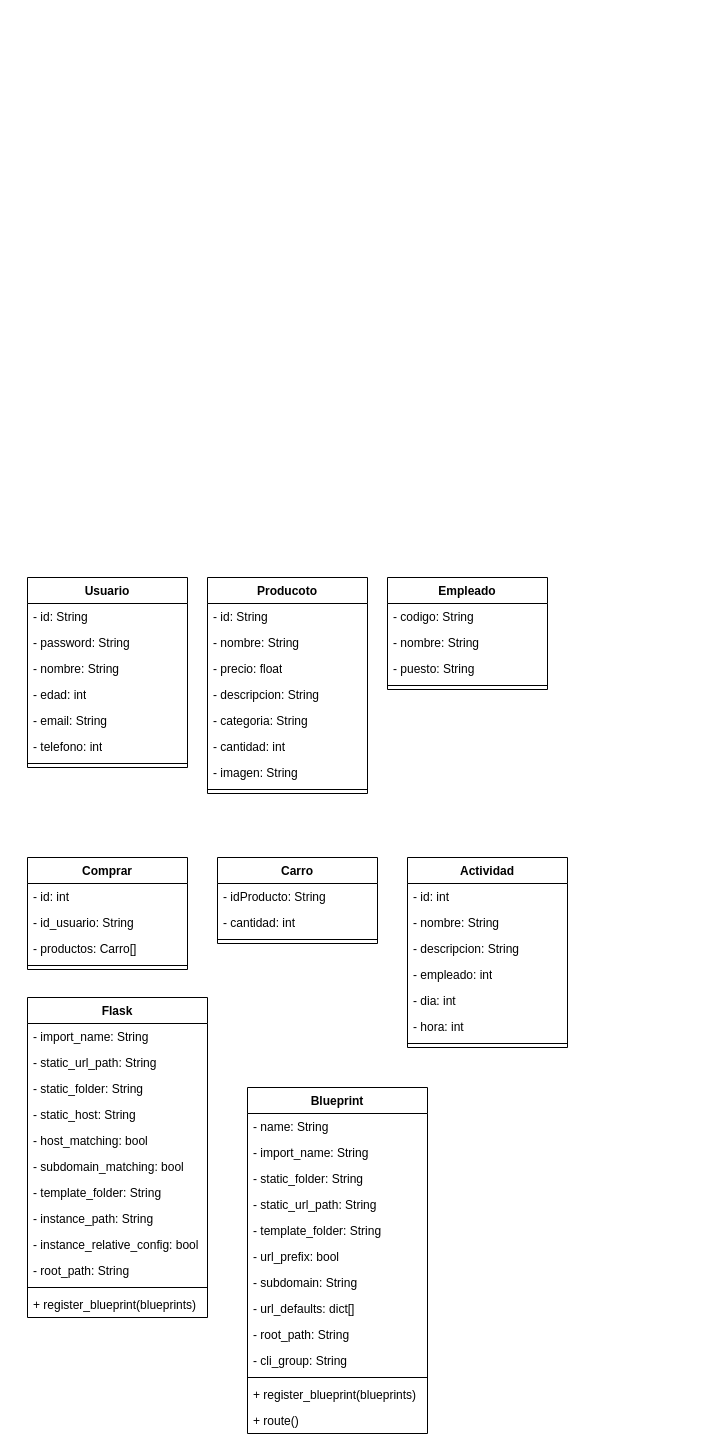
Before: DiagramaProyecto2.drawio in CARLOS-DLB/Diagramas, a draw.io diagram. Source tidied: cells renumbered, new cells numbered last; positions are measured from the earlier drawing's top-left corner, leaving out a move shared by most shapes. Both pictures are drawn from the tidied source at 100%, with x=0, y=0 at pixel (27, 577).
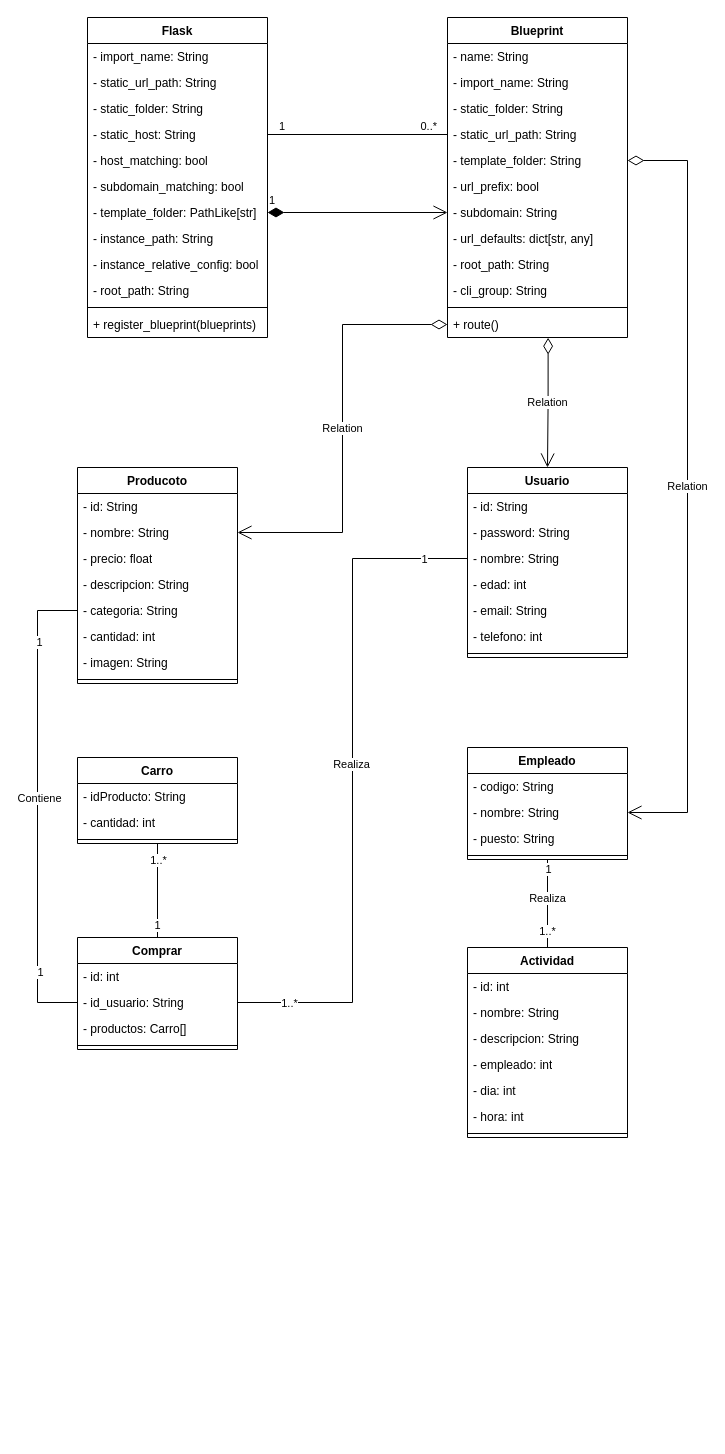
Above is the later version.

The change refers to these unchanged cells:
```xml
<mxCell id="5" value="- nombre: String" style="text;strokeColor=none;fillColor=none;align=left;verticalAlign=top;spacingLeft=4;spacingRight=4;overflow=hidden;points=[[0,0.5],[1,0.5]];portConstraint=eastwest;whiteSpace=wrap;html=1;" parent="2" vertex="1">
  <mxGeometry y="78" width="160" height="26" as="geometry" />
</mxCell>
<mxCell id="12" value="- nombre: String&lt;div&gt;&lt;br&gt;&lt;/div&gt;" style="text;strokeColor=none;fillColor=none;align=left;verticalAlign=top;spacingLeft=4;spacingRight=4;overflow=hidden;points=[[0,0.5],[1,0.5]];portConstraint=eastwest;whiteSpace=wrap;html=1;" parent="10" vertex="1">
  <mxGeometry y="52" width="160" height="26" as="geometry" />
</mxCell>
<mxCell id="15" value="- categoria: String" style="text;strokeColor=none;fillColor=none;align=left;verticalAlign=top;spacingLeft=4;spacingRight=4;overflow=hidden;points=[[0,0.5],[1,0.5]];portConstraint=eastwest;whiteSpace=wrap;html=1;" parent="10" vertex="1">
  <mxGeometry y="130" width="160" height="26" as="geometry" />
</mxCell>
<mxCell id="21" value="- nombre: String" style="text;strokeColor=none;fillColor=none;align=left;verticalAlign=top;spacingLeft=4;spacingRight=4;overflow=hidden;points=[[0,0.5],[1,0.5]];portConstraint=eastwest;whiteSpace=wrap;html=1;" parent="19" vertex="1">
  <mxGeometry y="52" width="160" height="26" as="geometry" />
</mxCell>
<mxCell id="26" value="- id_usuario: String" style="text;strokeColor=none;fillColor=none;align=left;verticalAlign=top;spacingLeft=4;spacingRight=4;overflow=hidden;points=[[0,0.5],[1,0.5]];portConstraint=eastwest;whiteSpace=wrap;html=1;" parent="24" vertex="1">
  <mxGeometry y="52" width="160" height="26" as="geometry" />
</mxCell>
<mxCell id="45" value="- static_host: String" style="text;strokeColor=none;fillColor=none;align=left;verticalAlign=top;spacingLeft=4;spacingRight=4;overflow=hidden;points=[[0,0.5],[1,0.5]];portConstraint=eastwest;whiteSpace=wrap;html=1;" parent="41" vertex="1">
  <mxGeometry y="104" width="180" height="26" as="geometry" />
</mxCell>
<mxCell id="58" value="- static_url_path: String" style="text;strokeColor=none;fillColor=none;align=left;verticalAlign=top;spacingLeft=4;spacingRight=4;overflow=hidden;points=[[0,0.5],[1,0.5]];portConstraint=eastwest;whiteSpace=wrap;html=1;" parent="54" vertex="1">
  <mxGeometry y="104" width="180" height="26" as="geometry" />
</mxCell>
<mxCell id="59" value="- template_folder: String" style="text;strokeColor=none;fillColor=none;align=left;verticalAlign=top;spacingLeft=4;spacingRight=4;overflow=hidden;points=[[0,0.5],[1,0.5]];portConstraint=eastwest;whiteSpace=wrap;html=1;" parent="54" vertex="1">
  <mxGeometry y="130" width="180" height="26" as="geometry" />
</mxCell>
<mxCell id="61" value="- subdomain: String" style="text;strokeColor=none;fillColor=none;align=left;verticalAlign=top;spacingLeft=4;spacingRight=4;overflow=hidden;points=[[0,0.5],[1,0.5]];portConstraint=eastwest;whiteSpace=wrap;html=1;" parent="54" vertex="1">
  <mxGeometry y="182" width="180" height="26" as="geometry" />
</mxCell>
```

Change to the diagram source:
```diff
@@
     <mxCell id="2" value="Usuario" style="swimlane;fontStyle=1;align=center;verticalAlign=top;horizontal=1;startSize=26;whiteSpace=wrap;html=1;" parent="1" vertex="1">
-      <mxGeometry width="160" height="190" as="geometry" />
+      <mxGeometry x="440" y="-110" width="160" height="190" as="geometry" />
     </mxCell>
@@
     <mxCell id="10" value="Producoto" style="swimlane;fontStyle=1;align=center;verticalAlign=top;horizontal=1;startSize=26;whiteSpace=wrap;html=1;" parent="1" vertex="1">
-      <mxGeometry x="180" width="160" height="216" as="geometry" />
+      <mxGeometry x="50" y="-110" width="160" height="216" as="geometry" />
     </mxCell>
@@
     <mxCell id="19" value="Empleado" style="swimlane;fontStyle=1;align=center;verticalAlign=top;horizontal=1;startSize=26;whiteSpace=wrap;html=1;" parent="1" vertex="1">
-      <mxGeometry x="360" width="160" height="112" as="geometry" />
+      <mxGeometry x="440" y="170" width="160" height="112" as="geometry" />
     </mxCell>
@@
     <mxCell id="24" value="Comprar" style="swimlane;fontStyle=1;align=center;verticalAlign=top;horizontal=1;startSize=26;whiteSpace=wrap;html=1;" parent="1" vertex="1">
-      <mxGeometry y="280" width="160" height="112" as="geometry" />
+      <mxGeometry x="50" y="360" width="160" height="112" as="geometry" />
     </mxCell>
@@
     <mxCell id="29" value="Carro" style="swimlane;fontStyle=1;align=center;verticalAlign=top;horizontal=1;startSize=26;whiteSpace=wrap;html=1;" parent="1" vertex="1">
-      <mxGeometry x="190" y="280" width="160" height="86" as="geometry" />
+      <mxGeometry x="50" y="180" width="160" height="86" as="geometry" />
     </mxCell>
@@
     <mxCell id="33" value="Actividad" style="swimlane;fontStyle=1;align=center;verticalAlign=top;horizontal=1;startSize=26;whiteSpace=wrap;html=1;" parent="1" vertex="1">
-      <mxGeometry x="380" y="280" width="160" height="190" as="geometry" />
+      <mxGeometry x="440" y="370" width="160" height="190" as="geometry" />
     </mxCell>
@@
     <mxCell id="41" value="Flask" style="swimlane;fontStyle=1;align=center;verticalAlign=top;horizontal=1;startSize=26;whiteSpace=wrap;html=1;" parent="1" vertex="1">
-      <mxGeometry y="420" width="180" height="320" as="geometry" />
+      <mxGeometry x="60" y="-560" width="180" height="320" as="geometry" />
     </mxCell>
@@
-    <mxCell id="48" value="- template_folder: String" style="text;strokeColor=none;fillColor=none;align=left;verticalAlign=top;spacingLeft=4;spacingRight=4;overflow=hidden;points=[[0,0.5],[1,0.5]];portConstraint=eastwest;whiteSpace=wrap;html=1;" parent="41" vertex="1">
+    <mxCell id="48" value="- template_folder: PathLike[str]" style="text;strokeColor=none;fillColor=none;align=left;verticalAlign=top;spacingLeft=4;spacingRight=4;overflow=hidden;points=[[0,0.5],[1,0.5]];portConstraint=eastwest;whiteSpace=wrap;html=1;" parent="41" vertex="1">
       <mxGeometry y="182" width="180" height="26" as="geometry" />
     </mxCell>
@@
     <mxCell id="54" value="Blueprint" style="swimlane;fontStyle=1;align=center;verticalAlign=top;horizontal=1;startSize=26;whiteSpace=wrap;html=1;" parent="1" vertex="1">
-      <mxGeometry x="220" y="510" width="180" height="346" as="geometry" />
+      <mxGeometry x="420" y="-560" width="180" height="320" as="geometry" />
     </mxCell>
@@
-    <mxCell id="62" value="- url_defaults: dict[]" style="text;strokeColor=none;fillColor=none;align=left;verticalAlign=top;spacingLeft=4;spacingRight=4;overflow=hidden;whiteSpace=wrap;html=1;" parent="54" vertex="1">
+    <mxCell id="62" value="- url_defaults: dict[str, any]" style="text;strokeColor=none;fillColor=none;align=left;verticalAlign=top;spacingLeft=4;spacingRight=4;overflow=hidden;whiteSpace=wrap;html=1;" parent="54" vertex="1">
       <mxGeometry y="208" width="180" height="26" as="geometry" />
     </mxCell>
@@
-    <mxCell id="66" value="+ register_blueprint(blueprints)" style="text;strokeColor=none;fillColor=none;align=left;verticalAlign=top;spacingLeft=4;spacingRight=4;overflow=hidden;whiteSpace=wrap;html=1;" parent="54" vertex="1">
-      <mxGeometry y="294" width="180" height="26" as="geometry" />
-    </mxCell>
     <mxCell id="67" value="+ route()" style="text;strokeColor=none;fillColor=none;align=left;verticalAlign=top;spacingLeft=4;spacingRight=4;overflow=hidden;points=[[0,0.5],[1,0.5]];portConstraint=eastwest;whiteSpace=wrap;html=1;" parent="54" vertex="1">
-      <mxGeometry y="320" width="180" height="26" as="geometry" />
+      <mxGeometry y="294" width="180" height="26" as="geometry" />
     </mxCell>
+    <mxCell id="68" style="endArrow=none;html=1;edgeStyle=orthogonalEdgeStyle;rounded=0;exitX=1;exitY=0.5;exitDx=0;exitDy=0;entryX=0;entryY=0.5;entryDx=0;entryDy=0;" parent="1" edge="1" source="45" target="58">
+      <mxGeometry relative="1" as="geometry" />
+    </mxCell>
+    <mxCell id="69" value="1" style="edgeLabel;html=1;align=left;verticalAlign=bottom;" parent="68" vertex="1">
+      <mxGeometry x="-1" relative="1" as="geometry">
+        <mxPoint x="10" as="offset" />
+      </mxGeometry>
+    </mxCell>
+    <mxCell id="70" value="0..*" style="edgeLabel;html=1;align=right;verticalAlign=bottom;" parent="68" vertex="1">
+      <mxGeometry x="1" relative="1" as="geometry">
+        <mxPoint x="-10" as="offset" />
+      </mxGeometry>
+    </mxCell>
+    <mxCell id="71" value="1" style="endArrow=open;html=1;endSize=12;startArrow=diamondThin;startSize=14;startFill=1;edgeStyle=orthogonalEdgeStyle;align=left;verticalAlign=bottom;rounded=0;exitX=1;exitY=0.5;exitDx=0;exitDy=0;entryX=0;entryY=0.5;entryDx=0;entryDy=0;" parent="1" edge="1" source="48" target="61">
+      <mxGeometry x="-1" y="3" relative="1" as="geometry" />
+    </mxCell>
+    <mxCell id="72" value="Relation" style="endArrow=open;html=1;endSize=12;startArrow=diamondThin;startSize=14;startFill=0;edgeStyle=orthogonalEdgeStyle;rounded=0;exitX=0;exitY=0.5;exitDx=0;exitDy=0;entryX=1;entryY=0.5;entryDx=0;entryDy=0;" parent="1" edge="1" source="67" target="12">
+      <mxGeometry relative="1" as="geometry" />
+    </mxCell>
+    <mxCell id="73" value="Relation" style="endArrow=open;html=1;endSize=12;startArrow=diamondThin;startSize=14;startFill=0;edgeStyle=orthogonalEdgeStyle;rounded=0;exitX=0.559;exitY=1.007;exitDx=0;exitDy=0;exitPerimeter=0;entryX=0.5;entryY=0;entryDx=0;entryDy=0;" parent="1" edge="1" source="67" target="2">
+      <mxGeometry relative="1" as="geometry" />
+    </mxCell>
+    <mxCell id="74" style="endArrow=none;html=1;edgeStyle=orthogonalEdgeStyle;rounded=0;exitX=0;exitY=0.5;exitDx=0;exitDy=0;entryX=0;entryY=0.5;entryDx=0;entryDy=0;" parent="1" edge="1" source="15" target="26">
+      <mxGeometry relative="1" as="geometry">
+        <Array as="points">
+          <mxPoint x="10" y="33" />
+          <mxPoint x="10" y="425" />
+        </Array>
+      </mxGeometry>
+    </mxCell>
+    <mxCell id="75" value="1" style="edgeLabel;html=1;align=center;verticalAlign=middle;" parent="74" vertex="1">
+      <mxGeometry x="-0.7" y="1" relative="1" as="geometry" />
+    </mxCell>
+    <mxCell id="76" value="1" style="edgeLabel;html=1;align=center;verticalAlign=middle;" parent="74" vertex="1">
+      <mxGeometry x="0.7" y="2" relative="1" as="geometry" />
+    </mxCell>
+    <mxCell id="77" value="Contiene" style="edgeLabel;html=1;align=center;verticalAlign=middle;" parent="74" vertex="1">
+      <mxGeometry x="-0.04" y="1" relative="1" as="geometry" />
+    </mxCell>
+    <mxCell id="78" style="endArrow=none;html=1;edgeStyle=orthogonalEdgeStyle;rounded=0;entryX=0;entryY=0.5;entryDx=0;entryDy=0;exitX=1;exitY=0.5;exitDx=0;exitDy=0;" parent="1" edge="1" source="26" target="5">
+      <mxGeometry relative="1" as="geometry" />
+    </mxCell>
+    <mxCell id="79" value="1" style="edgeLabel;html=1;align=center;verticalAlign=middle;" parent="78" vertex="1">
+      <mxGeometry x="0.87" relative="1" as="geometry" />
+    </mxCell>
+    <mxCell id="80" value="Realiza" style="edgeLabel;html=1;align=center;verticalAlign=middle;" parent="78" vertex="1">
+      <mxGeometry x="0.05" y="2" relative="1" as="geometry" />
+    </mxCell>
+    <mxCell id="81" value="1..*" style="edgeLabel;html=1;align=center;verticalAlign=middle;" parent="78" vertex="1">
+      <mxGeometry x="-0.85" relative="1" as="geometry" />
+    </mxCell>
+    <mxCell id="82" style="endArrow=none;html=1;edgeStyle=orthogonalEdgeStyle;rounded=0;exitX=0.5;exitY=1;exitDx=0;exitDy=0;entryX=0.5;entryY=0;entryDx=0;entryDy=0;" parent="1" edge="1" source="29" target="24">
+      <mxGeometry relative="1" as="geometry" />
+    </mxCell>
+    <mxCell id="83" value="1..*" style="edgeLabel;html=1;align=center;verticalAlign=middle;" parent="82" vertex="1">
+      <mxGeometry x="-0.67" relative="1" as="geometry" />
+    </mxCell>
+    <mxCell id="84" value="1" style="edgeLabel;html=1;align=center;verticalAlign=middle;" parent="82" vertex="1">
+      <mxGeometry x="0.72" y="-1" relative="1" as="geometry" />
+    </mxCell>
+    <mxCell id="85" style="endArrow=none;html=1;edgeStyle=orthogonalEdgeStyle;rounded=0;entryX=0.5;entryY=1;entryDx=0;entryDy=0;exitX=0.5;exitY=0;exitDx=0;exitDy=0;" parent="1" edge="1" source="33" target="19">
+      <mxGeometry relative="1" as="geometry" />
+    </mxCell>
+    <mxCell id="86" value="1" style="edgeLabel;html=1;align=center;verticalAlign=middle;" parent="85" vertex="1">
+      <mxGeometry x="0.79" relative="1" as="geometry" />
+    </mxCell>
+    <mxCell id="87" value="1..*" style="edgeLabel;html=1;align=center;verticalAlign=middle;" parent="85" vertex="1">
+      <mxGeometry x="-0.61" y="1" relative="1" as="geometry" />
+    </mxCell>
+    <mxCell id="88" value="Realiza" style="edgeLabel;html=1;align=center;verticalAlign=middle;" parent="85" vertex="1">
+      <mxGeometry x="0.14" y="1" relative="1" as="geometry" />
+    </mxCell>
+    <mxCell id="89" value="Relation" style="endArrow=open;html=1;endSize=12;startArrow=diamondThin;startSize=14;startFill=0;edgeStyle=orthogonalEdgeStyle;rounded=0;exitX=1;exitY=0.5;exitDx=0;exitDy=0;entryX=1;entryY=0.5;entryDx=0;entryDy=0;" parent="1" edge="1" source="59" target="21">
+      <mxGeometry relative="1" as="geometry">
+        <Array as="points">
+          <mxPoint x="660" y="-417" />
+          <mxPoint x="660" y="235" />
+        </Array>
+      </mxGeometry>
+    </mxCell>
```
